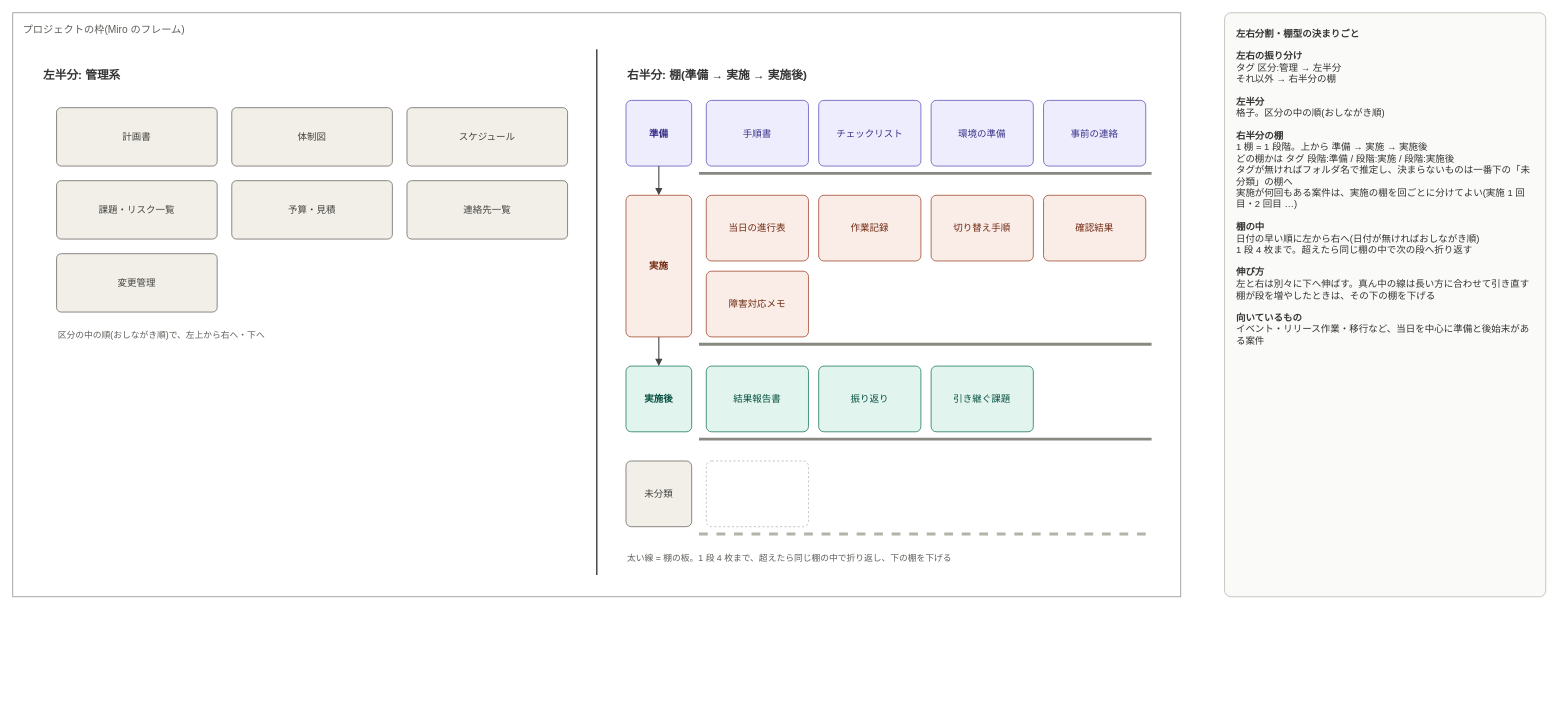
EARCE9000/document-manager keeps this draw.io diagram as page "採用: 左右分割・棚型" (3 of 12) of docs/miro-layouts/miro-layouts.drawio. Above is the earlier version. Source tidied: cells renumbered, new cells numbered last; positions are measured from the earlier drawing's top-left corner, leaving out a move shared by most shapes. Both pictures are drawn from the tidied source at 73%, with x=0, y=0 at pixel (12, 12).
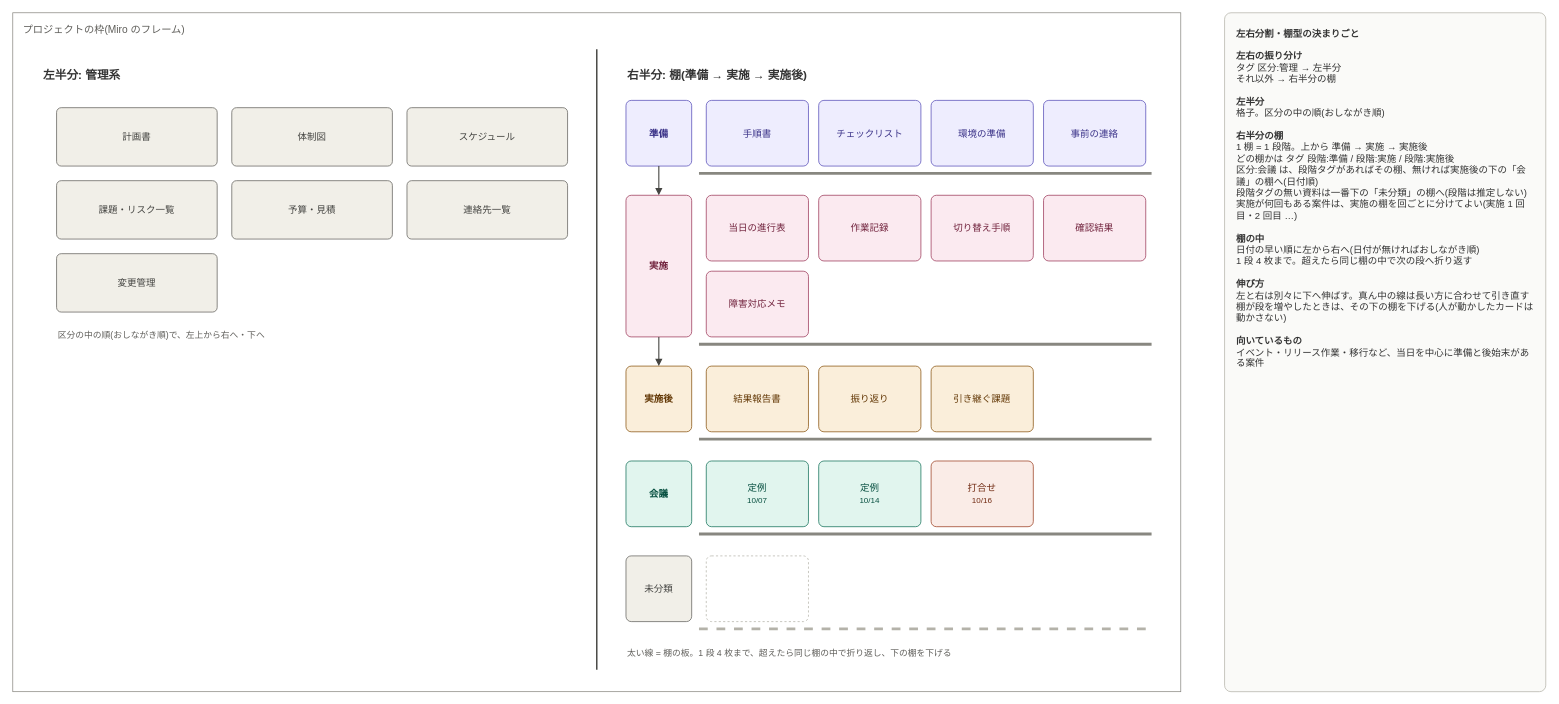
After the change.

Change to the diagram source:
```diff
@@
     <mxCell id="2" value="プロジェクトの枠(Miro のフレーム)" style="rounded=0;whiteSpace=wrap;html=1;fillColor=#FFFFFF;strokeColor=#888780;verticalAlign=top;align=left;spacingLeft=12;spacingTop=8;fontSize=14;fontColor=#5F5E5A;" parent="1" vertex="1">
-      <mxGeometry width="1600" height="800" as="geometry" />
+      <mxGeometry width="1600" height="930" as="geometry" />
     </mxCell>
     <mxCell id="3" style="endArrow=none;html=1;strokeColor=#444441;strokeWidth=2;" parent="1" edge="1">
       <mxGeometry relative="1" as="geometry">
         <mxPoint x="800" y="50" as="sourcePoint" />
-        <mxPoint x="800" y="770" as="targetPoint" />
+        <mxPoint x="800" y="900" as="targetPoint" />
       </mxGeometry>
     </mxCell>
@@
-    <mxCell id="20" value="&lt;b&gt;実施&lt;/b&gt;" style="rounded=1;arcSize=8;whiteSpace=wrap;html=1;fillColor=#FAECE7;strokeColor=#993C1D;fontColor=#712B13;fontSize=13;" parent="1" vertex="1">
+    <mxCell id="20" value="&lt;b&gt;実施&lt;/b&gt;" style="rounded=1;arcSize=8;whiteSpace=wrap;html=1;fillColor=#FBEAF0;strokeColor=#993556;fontColor=#72243E;fontSize=13;" parent="1" vertex="1">
       <mxGeometry x="840" y="250" width="90" height="194" as="geometry" />
     </mxCell>
@@
-    <mxCell id="22" value="当日の進行表" style="rounded=1;arcSize=8;whiteSpace=wrap;html=1;fillColor=#FAECE7;strokeColor=#993C1D;fontColor=#712B13;fontSize=13;" parent="1" vertex="1">
+    <mxCell id="22" value="当日の進行表" style="rounded=1;arcSize=8;whiteSpace=wrap;html=1;fillColor=#FBEAF0;strokeColor=#993556;fontColor=#72243E;fontSize=13;" parent="1" vertex="1">
       <mxGeometry x="950" y="250" width="140" height="90" as="geometry" />
     </mxCell>
-    <mxCell id="23" value="作業記録" style="rounded=1;arcSize=8;whiteSpace=wrap;html=1;fillColor=#FAECE7;strokeColor=#993C1D;fontColor=#712B13;fontSize=13;" parent="1" vertex="1">
+    <mxCell id="23" value="作業記録" style="rounded=1;arcSize=8;whiteSpace=wrap;html=1;fillColor=#FBEAF0;strokeColor=#993556;fontColor=#72243E;fontSize=13;" parent="1" vertex="1">
       <mxGeometry x="1104" y="250" width="140" height="90" as="geometry" />
     </mxCell>
-    <mxCell id="24" value="切り替え手順" style="rounded=1;arcSize=8;whiteSpace=wrap;html=1;fillColor=#FAECE7;strokeColor=#993C1D;fontColor=#712B13;fontSize=13;" parent="1" vertex="1">
+    <mxCell id="24" value="切り替え手順" style="rounded=1;arcSize=8;whiteSpace=wrap;html=1;fillColor=#FBEAF0;strokeColor=#993556;fontColor=#72243E;fontSize=13;" parent="1" vertex="1">
       <mxGeometry x="1258" y="250" width="140" height="90" as="geometry" />
     </mxCell>
-    <mxCell id="25" value="確認結果" style="rounded=1;arcSize=8;whiteSpace=wrap;html=1;fillColor=#FAECE7;strokeColor=#993C1D;fontColor=#712B13;fontSize=13;" parent="1" vertex="1">
+    <mxCell id="25" value="確認結果" style="rounded=1;arcSize=8;whiteSpace=wrap;html=1;fillColor=#FBEAF0;strokeColor=#993556;fontColor=#72243E;fontSize=13;" parent="1" vertex="1">
       <mxGeometry x="1412" y="250" width="140" height="90" as="geometry" />
     </mxCell>
-    <mxCell id="26" value="障害対応メモ" style="rounded=1;arcSize=8;whiteSpace=wrap;html=1;fillColor=#FAECE7;strokeColor=#993C1D;fontColor=#712B13;fontSize=13;" parent="1" vertex="1">
+    <mxCell id="26" value="障害対応メモ" style="rounded=1;arcSize=8;whiteSpace=wrap;html=1;fillColor=#FBEAF0;strokeColor=#993556;fontColor=#72243E;fontSize=13;" parent="1" vertex="1">
       <mxGeometry x="950" y="354" width="140" height="90" as="geometry" />
     </mxCell>
@@
-    <mxCell id="28" value="&lt;b&gt;実施後&lt;/b&gt;" style="rounded=1;arcSize=8;whiteSpace=wrap;html=1;fillColor=#E1F5EE;strokeColor=#0F6E56;fontColor=#085041;fontSize=13;" parent="1" vertex="1">
+    <mxCell id="28" value="&lt;b&gt;実施後&lt;/b&gt;" style="rounded=1;arcSize=8;whiteSpace=wrap;html=1;fillColor=#FAEEDA;strokeColor=#854F0B;fontColor=#633806;fontSize=13;" parent="1" vertex="1">
       <mxGeometry x="840" y="484" width="90" height="90" as="geometry" />
     </mxCell>
@@
-    <mxCell id="30" value="結果報告書" style="rounded=1;arcSize=8;whiteSpace=wrap;html=1;fillColor=#E1F5EE;strokeColor=#0F6E56;fontColor=#085041;fontSize=13;" parent="1" vertex="1">
+    <mxCell id="30" value="結果報告書" style="rounded=1;arcSize=8;whiteSpace=wrap;html=1;fillColor=#FAEEDA;strokeColor=#854F0B;fontColor=#633806;fontSize=13;" parent="1" vertex="1">
       <mxGeometry x="950" y="484" width="140" height="90" as="geometry" />
     </mxCell>
-    <mxCell id="31" value="振り返り" style="rounded=1;arcSize=8;whiteSpace=wrap;html=1;fillColor=#E1F5EE;strokeColor=#0F6E56;fontColor=#085041;fontSize=13;" parent="1" vertex="1">
+    <mxCell id="31" value="振り返り" style="rounded=1;arcSize=8;whiteSpace=wrap;html=1;fillColor=#FAEEDA;strokeColor=#854F0B;fontColor=#633806;fontSize=13;" parent="1" vertex="1">
       <mxGeometry x="1104" y="484" width="140" height="90" as="geometry" />
     </mxCell>
-    <mxCell id="32" value="引き継ぐ課題" style="rounded=1;arcSize=8;whiteSpace=wrap;html=1;fillColor=#E1F5EE;strokeColor=#0F6E56;fontColor=#085041;fontSize=13;" parent="1" vertex="1">
+    <mxCell id="32" value="引き継ぐ課題" style="rounded=1;arcSize=8;whiteSpace=wrap;html=1;fillColor=#FAEEDA;strokeColor=#854F0B;fontColor=#633806;fontSize=13;" parent="1" vertex="1">
       <mxGeometry x="1258" y="484" width="140" height="90" as="geometry" />
     </mxCell>
@@
-    <mxCell id="34" value="未分類" style="rounded=1;arcSize=8;whiteSpace=wrap;html=1;fillColor=#F1EFE8;strokeColor=#5F5E5A;fontColor=#444441;fontSize=13;" parent="1" vertex="1">
+    <mxCell id="34" value="&lt;b&gt;会議&lt;/b&gt;" style="rounded=1;arcSize=8;whiteSpace=wrap;html=1;fillColor=#E1F5EE;strokeColor=#0F6E56;fontColor=#085041;fontSize=13;" parent="1" vertex="1">
       <mxGeometry x="840" y="614" width="90" height="90" as="geometry" />
     </mxCell>
-    <mxCell id="35" style="rounded=1;arcSize=8;html=1;dashed=1;fillColor=none;strokeColor=#B4B2A9;" parent="1" vertex="1">
+    <mxCell id="35" value="定例&lt;br&gt;&lt;span style=&quot;font-size:11px&quot;&gt;10/07&lt;/span&gt;" style="rounded=1;arcSize=8;whiteSpace=wrap;html=1;fillColor=#E1F5EE;strokeColor=#0F6E56;fontColor=#085041;fontSize=13;" parent="1" vertex="1">
       <mxGeometry x="950" y="614" width="140" height="90" as="geometry" />
     </mxCell>
-    <mxCell id="36" style="endArrow=none;html=1;strokeColor=#B4B2A9;strokeWidth=4;dashed=1;" parent="1" edge="1">
-      <mxGeometry relative="1" as="geometry">
-        <mxPoint x="940" y="714" as="sourcePoint" />
-        <mxPoint x="1560" y="714" as="targetPoint" />
-      </mxGeometry>
+    <mxCell id="36" value="定例&lt;br&gt;&lt;span style=&quot;font-size:11px&quot;&gt;10/14&lt;/span&gt;" style="rounded=1;arcSize=8;whiteSpace=wrap;html=1;fillColor=#E1F5EE;strokeColor=#0F6E56;fontColor=#085041;fontSize=13;" parent="1" vertex="1">
+      <mxGeometry x="1104" y="614" width="140" height="90" as="geometry" />
     </mxCell>
-    <mxCell id="37" value="太い線 = 棚の板。1 段 4 枚まで、超えたら同じ棚の中で折り返し、下の棚を下げる" style="text;html=1;align=left;verticalAlign=middle;whiteSpace=wrap;fontSize=12;fontStyle=0;fontColor=#5F5E5A;" parent="1" vertex="1">
-      <mxGeometry x="840" y="728" width="740" height="40" as="geometry" />
+    <mxCell id="37" value="打合せ&lt;br&gt;&lt;span style=&quot;font-size:11px&quot;&gt;10/16&lt;/span&gt;" style="rounded=1;arcSize=8;whiteSpace=wrap;html=1;fillColor=#FAECE7;strokeColor=#993C1D;fontColor=#712B13;fontSize=13;" parent="1" vertex="1">
+      <mxGeometry x="1258" y="614" width="140" height="90" as="geometry" />
     </mxCell>
-    <mxCell id="38" value="&lt;b&gt;左右分割・棚型の決まりごと&lt;/b&gt;&lt;br&gt;&lt;br&gt;&lt;b&gt;左右の振り分け&lt;/b&gt;&lt;br&gt;タグ 区分:管理 → 左半分&lt;br&gt;それ以外 → 右半分の棚&lt;br&gt;&lt;br&gt;&lt;b&gt;左半分&lt;/b&gt;&lt;br&gt;格子。区分の中の順(おしながき順)&lt;br&gt;&lt;br&gt;&lt;b&gt;右半分の棚&lt;/b&gt;&lt;br&gt;1 棚 = 1 段階。上から 準備 → 実施 → 実施後&lt;br&gt;どの棚かは タグ 段階:準備 / 段階:実施 / 段階:実施後&lt;br&gt;タグが無ければフォルダ名で推定し、決まらないものは一番下の「未分類」の棚へ&lt;br&gt;実施が何回もある案件は、実施の棚を回ごとに分けてよい(実施 1 回目・2 回目 …)&lt;br&gt;&lt;br&gt;&lt;b&gt;棚の中&lt;/b&gt;&lt;br&gt;日付の早い順に左から右へ(日付が無ければおしながき順)&lt;br&gt;1 段 4 枚まで。超えたら同じ棚の中で次の段へ折り返す&lt;br&gt;&lt;br&gt;&lt;b&gt;伸び方&lt;/b&gt;&lt;br&gt;左と右は別々に下へ伸ばす。真ん中の線は長い方に合わせて引き直す&lt;br&gt;棚が段を増やしたときは、その下の棚を下げる&lt;br&gt;&lt;br&gt;&lt;b&gt;向いているもの&lt;/b&gt;&lt;br&gt;イベント・リリース作業・移行など、当日を中心に準備と後始末がある案件" style="rounded=1;arcSize=2;whiteSpace=wrap;html=1;align=left;verticalAlign=top;spacing=16;fillColor=#FAFAF8;strokeColor=#B4B2A9;fontSize=13;fontColor=#333333;" parent="1" vertex="1">
-      <mxGeometry x="1660" width="440" height="800" as="geometry" />
+    <mxCell id="38" style="endArrow=none;html=1;strokeColor=#888780;strokeWidth=4;" parent="1" edge="1">
+      <mxGeometry relative="1" as="geometry">
+        <mxPoint x="940" y="714" as="sourcePoint" />
+        <mxPoint x="1560" y="714" as="targetPoint" />
+      </mxGeometry>
     </mxCell>
+    <mxCell id="39" value="未分類" style="rounded=1;arcSize=8;whiteSpace=wrap;html=1;fillColor=#F1EFE8;strokeColor=#5F5E5A;fontColor=#444441;fontSize=13;" parent="1" vertex="1">
+      <mxGeometry x="840" y="744" width="90" height="90" as="geometry" />
+    </mxCell>
+    <mxCell id="40" style="rounded=1;arcSize=8;html=1;dashed=1;fillColor=none;strokeColor=#B4B2A9;" parent="1" vertex="1">
+      <mxGeometry x="950" y="744" width="140" height="90" as="geometry" />
+    </mxCell>
+    <mxCell id="41" style="endArrow=none;html=1;strokeColor=#B4B2A9;strokeWidth=4;dashed=1;" parent="1" edge="1">
+      <mxGeometry relative="1" as="geometry">
+        <mxPoint x="940" y="844" as="sourcePoint" />
+        <mxPoint x="1560" y="844" as="targetPoint" />
+      </mxGeometry>
+    </mxCell>
+    <mxCell id="42" value="太い線 = 棚の板。1 段 4 枚まで、超えたら同じ棚の中で折り返し、下の棚を下げる" style="text;html=1;align=left;verticalAlign=middle;whiteSpace=wrap;fontSize=12;fontStyle=0;fontColor=#5F5E5A;" parent="1" vertex="1">
+      <mxGeometry x="840" y="858" width="740" height="40" as="geometry" />
+    </mxCell>
+    <mxCell id="43" value="&lt;b&gt;左右分割・棚型の決まりごと&lt;/b&gt;&lt;br&gt;&lt;br&gt;&lt;b&gt;左右の振り分け&lt;/b&gt;&lt;br&gt;タグ 区分:管理 → 左半分&lt;br&gt;それ以外 → 右半分の棚&lt;br&gt;&lt;br&gt;&lt;b&gt;左半分&lt;/b&gt;&lt;br&gt;格子。区分の中の順(おしながき順)&lt;br&gt;&lt;br&gt;&lt;b&gt;右半分の棚&lt;/b&gt;&lt;br&gt;1 棚 = 1 段階。上から 準備 → 実施 → 実施後&lt;br&gt;どの棚かは タグ 段階:準備 / 段階:実施 / 段階:実施後&lt;br&gt;区分:会議 は、段階タグがあればその棚、無ければ実施後の下の「会議」の棚へ(日付順)&lt;br&gt;段階タグの無い資料は一番下の「未分類」の棚へ(段階は推定しない)&lt;br&gt;実施が何回もある案件は、実施の棚を回ごとに分けてよい(実施 1 回目・2 回目 …)&lt;br&gt;&lt;br&gt;&lt;b&gt;棚の中&lt;/b&gt;&lt;br&gt;日付の早い順に左から右へ(日付が無ければおしながき順)&lt;br&gt;1 段 4 枚まで。超えたら同じ棚の中で次の段へ折り返す&lt;br&gt;&lt;br&gt;&lt;b&gt;伸び方&lt;/b&gt;&lt;br&gt;左と右は別々に下へ伸ばす。真ん中の線は長い方に合わせて引き直す&lt;br&gt;棚が段を増やしたときは、その下の棚を下げる(人が動かしたカードは動かさない)&lt;br&gt;&lt;br&gt;&lt;b&gt;向いているもの&lt;/b&gt;&lt;br&gt;イベント・リリース作業・移行など、当日を中心に準備と後始末がある案件" style="rounded=1;arcSize=2;whiteSpace=wrap;html=1;align=left;verticalAlign=top;spacing=16;fillColor=#FAFAF8;strokeColor=#B4B2A9;fontSize=13;fontColor=#333333;" parent="1" vertex="1">
+      <mxGeometry x="1660" width="440" height="930" as="geometry" />
+    </mxCell>
```
